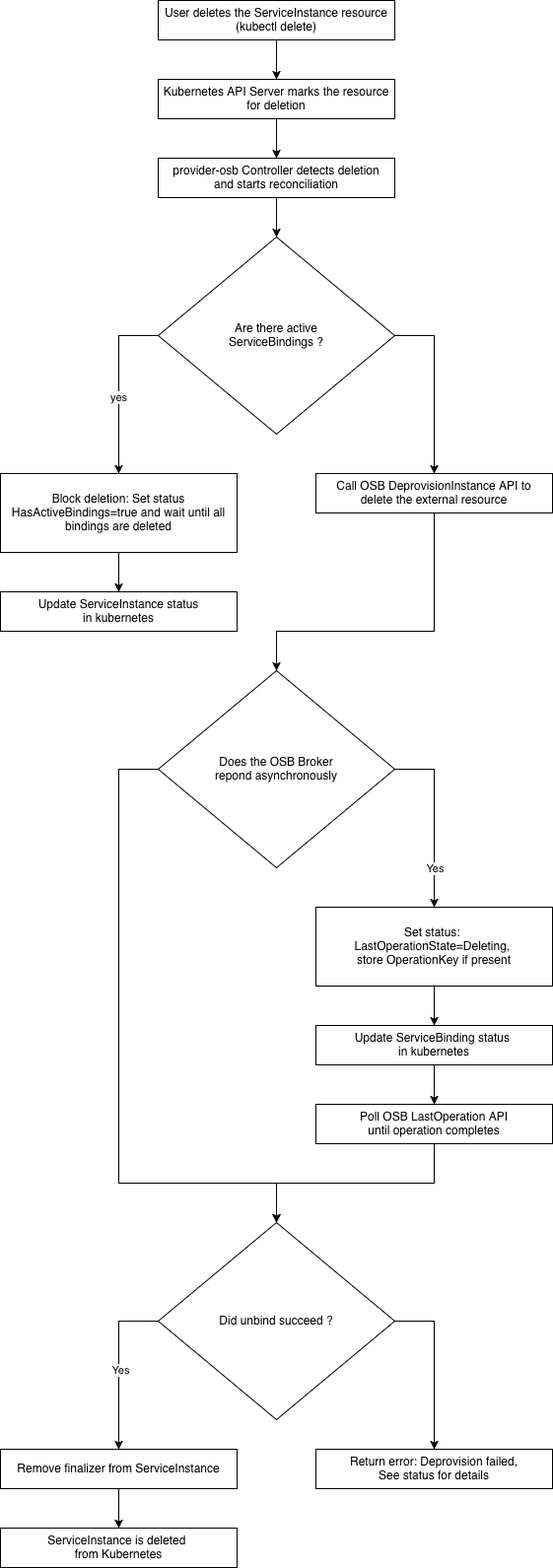
Above: docs/images/ServiceInstance_delete.png in orange-cloudfoundry/provider-osb (draw.io), before the change. Source tidied: cells renumbered, new cells last; positions are measured from the earlier drawing's top-left corner, leaving out a move shared by most shapes.
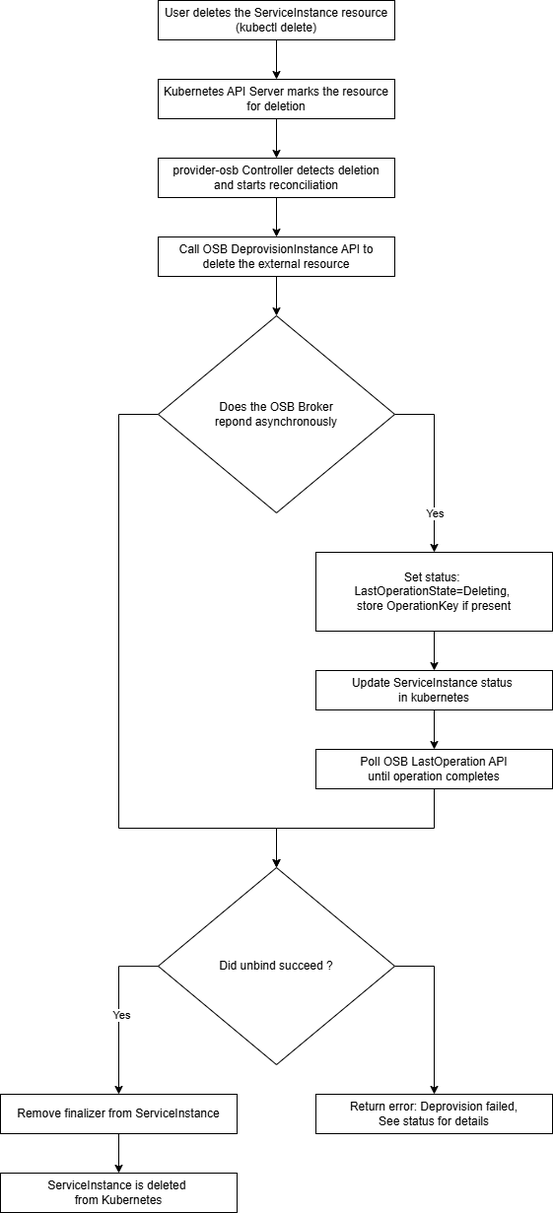
Later version of the same file.

Commit message:
feat[bindings]: remove links between service bindings and instances REF: #31

What changed in the source:
```diff
@@ -6,19 +6,21 @@
       <mxGeometry relative="1" as="geometry" />
     </mxCell>
     <mxCell id="3" value="&lt;div&gt;User deletes the ServiceInstance resource&lt;/div&gt;&lt;div&gt;(kubectl delete)&lt;/div&gt;" style="rounded=0;whiteSpace=wrap;html=1;" parent="1" vertex="1">
-      <mxGeometry x="160" width="240" height="40" as="geometry" />
+      <mxGeometry x="160" y="360" width="240" height="40" as="geometry" />
     </mxCell>
     <mxCell id="4" style="edgeStyle=orthogonalEdgeStyle;rounded=0;jettySize=auto;html=1;entryX=0.5;entryY=0;entryDx=0;entryDy=0;" parent="1" edge="1" source="5" target="7">
       <mxGeometry relative="1" as="geometry" />
     </mxCell>
     <mxCell id="5" value="Kubernetes API Server marks the resource for deletion" style="rounded=0;whiteSpace=wrap;html=1;" parent="1" vertex="1">
-      <mxGeometry x="160" y="80" width="240" height="40" as="geometry" />
+      <mxGeometry x="160" y="440" width="240" height="40" as="geometry" />
     </mxCell>
-    <mxCell id="6" style="edgeStyle=orthogonalEdgeStyle;rounded=0;jettySize=auto;html=1;" parent="1" edge="1" source="7" target="28">
-      <mxGeometry relative="1" as="geometry" />
+    <mxCell id="6" style="edgeStyle=orthogonalEdgeStyle;rounded=0;jettySize=auto;html=1;" parent="1" edge="1" source="7">
+      <mxGeometry relative="1" as="geometry">
+        <mxPoint x="280" y="600" as="targetPoint" />
+      </mxGeometry>
     </mxCell>
     <mxCell id="7" value="&lt;div&gt;provider-osb Controller detects deletion&lt;/div&gt;&lt;div&gt;and starts reconciliation&lt;/div&gt;" style="rounded=0;whiteSpace=wrap;html=1;strokeColor=default;align=center;verticalAlign=middle;fontFamily=Helvetica;fontSize=12;fontColor=default;fillColor=default;" parent="1" vertex="1">
-      <mxGeometry x="160" y="160" width="240" height="40" as="geometry" />
+      <mxGeometry x="160" y="520" width="240" height="40" as="geometry" />
     </mxCell>
     <mxCell id="8" style="edgeStyle=orthogonalEdgeStyle;rounded=0;jettySize=auto;html=1;entryX=0.5;entryY=0;entryDx=0;entryDy=0;" parent="1" edge="1" source="11" target="13">
       <mxGeometry relative="1" as="geometry">
@@ -53,7 +55,7 @@
     <mxCell id="14" style="edgeStyle=orthogonalEdgeStyle;rounded=0;jettySize=auto;html=1;" parent="1" edge="1" source="15" target="24">
       <mxGeometry relative="1" as="geometry" />
     </mxCell>
-    <mxCell id="15" value="&lt;div&gt;Update ServiceBinding status&amp;nbsp;&lt;/div&gt;&lt;div&gt;in kubernetes&lt;/div&gt;" style="rounded=0;whiteSpace=wrap;html=1;" parent="1" vertex="1">
+    <mxCell id="15" value="&lt;div&gt;Update ServiceInstance status&amp;nbsp;&lt;/div&gt;&lt;div&gt;in kubernetes&lt;/div&gt;" style="rounded=0;whiteSpace=wrap;html=1;" parent="1" vertex="1">
       <mxGeometry x="320" y="1040" width="240" height="40" as="geometry" />
     </mxCell>
     <mxCell id="16" style="edgeStyle=orthogonalEdgeStyle;rounded=0;orthogonalLoop=1;jettySize=auto;html=1;entryX=0.5;entryY=0;entryDx=0;entryDy=0;" parent="1" edge="1">
@@ -98,45 +100,11 @@
     <mxCell id="24" value="&lt;div&gt;Poll OSB LastOperation API&lt;/div&gt;&lt;div&gt;until operation completes&lt;/div&gt;" style="rounded=0;whiteSpace=wrap;html=1;" parent="1" vertex="1">
       <mxGeometry x="320" y="1120" width="240" height="40" as="geometry" />
     </mxCell>
-    <mxCell id="25" style="edgeStyle=orthogonalEdgeStyle;rounded=0;jettySize=auto;html=1;entryX=0.5;entryY=0;entryDx=0;entryDy=0;" parent="1" edge="1" source="28" target="30">
-      <mxGeometry relative="1" as="geometry">
-        <Array as="points">
-          <mxPoint x="120" y="340" />
-        </Array>
-      </mxGeometry>
-    </mxCell>
-    <mxCell id="26" value="yes" style="edgeLabel;html=1;align=center;verticalAlign=middle;" parent="25" vertex="1">
-      <mxGeometry x="0.13" y="-1" relative="1" as="geometry" />
-    </mxCell>
-    <mxCell id="27" style="edgeStyle=orthogonalEdgeStyle;rounded=0;jettySize=auto;html=1;" parent="1" edge="1" source="28" target="33">
-      <mxGeometry relative="1" as="geometry">
-        <Array as="points">
-          <mxPoint x="440" y="340" />
-        </Array>
-      </mxGeometry>
-    </mxCell>
-    <mxCell id="28" value="&lt;div&gt;Are there active&lt;/div&gt;&lt;div&gt;ServiceBindings ?&lt;/div&gt;" style="rhombus;whiteSpace=wrap;html=1;" parent="1" vertex="1">
-      <mxGeometry x="160" y="240" width="240" height="200" as="geometry" />
-    </mxCell>
-    <mxCell id="29" style="edgeStyle=orthogonalEdgeStyle;rounded=0;jettySize=auto;html=1;entryX=0.5;entryY=0;entryDx=0;entryDy=0;" parent="1" edge="1" source="30" target="31">
-      <mxGeometry relative="1" as="geometry" />
-    </mxCell>
-    <mxCell id="30" value="&lt;div&gt;Block deletion: Set status&lt;/div&gt;&lt;div&gt;HasActiveBindings=true and wait until all bindings are deleted&lt;/div&gt;" style="rounded=0;whiteSpace=wrap;html=1;strokeColor=default;align=center;verticalAlign=middle;fontFamily=Helvetica;fontSize=12;fontColor=default;fillColor=default;" parent="1" vertex="1">
-      <mxGeometry y="480" width="240" height="80" as="geometry" />
-    </mxCell>
-    <mxCell id="31" value="&lt;div&gt;Update ServiceInstance status&lt;/div&gt;&lt;div&gt;in kubernetes&lt;/div&gt;" style="rounded=0;whiteSpace=wrap;html=1;strokeColor=default;align=center;verticalAlign=middle;fontFamily=Helvetica;fontSize=12;fontColor=default;fillColor=default;" parent="1" vertex="1">
-      <mxGeometry y="600" width="240" height="40" as="geometry" />
-    </mxCell>
-    <mxCell id="32" style="edgeStyle=orthogonalEdgeStyle;rounded=0;jettySize=auto;html=1;entryX=0.5;entryY=0;entryDx=0;entryDy=0;" parent="1" edge="1" source="33" target="11">
-      <mxGeometry relative="1" as="geometry">
-        <Array as="points">
-          <mxPoint x="440" y="640" />
-          <mxPoint x="280" y="640" />
-        </Array>
-      </mxGeometry>
+    <mxCell id="32" style="edgeStyle=orthogonalEdgeStyle;rounded=0;jettySize=auto;html=1;exitX=0.5;exitY=1;exitDx=0;exitDy=0;entryX=0.5;entryY=0;entryDx=0;entryDy=0;" parent="1" edge="1" source="33" target="11">
+      <mxGeometry relative="1" as="geometry" />
     </mxCell>
     <mxCell id="33" value="&lt;div&gt;Call OSB DeprovisionInstance API to&lt;/div&gt;&lt;div&gt;delete the external resource&lt;/div&gt;" style="rounded=0;whiteSpace=wrap;html=1;strokeColor=default;align=center;verticalAlign=middle;fontFamily=Helvetica;fontSize=12;fontColor=default;fillColor=default;" parent="1" vertex="1">
-      <mxGeometry x="320" y="480" width="240" height="40" as="geometry" />
+      <mxGeometry x="160" y="600" width="240" height="40" as="geometry" />
     </mxCell>
     <mxCell id="34" value="&lt;div&gt;Return error: Deprovision failed,&lt;/div&gt;&lt;div&gt;See status for details&lt;/div&gt;" style="rounded=0;whiteSpace=wrap;html=1;" parent="1" vertex="1">
       <mxGeometry x="320" y="1470" width="240" height="40" as="geometry" />
```
